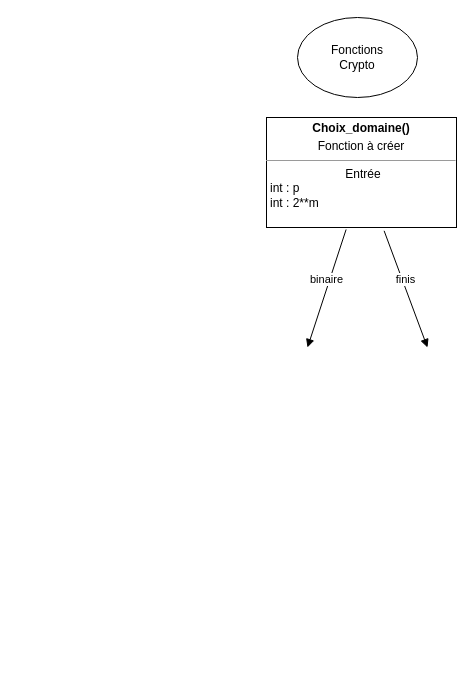
This is page "FctsCrypto" (2 of 3) of Untitled Diagram.drawio from 0xtter/ExplorateurElliptique, a draw.io file, before an edit. Source tidied: cells renumbered, new cells numbered last; positions are measured from the earlier drawing's top-left corner, leaving out a move shared by most shapes. Both pictures are drawn from the tidied source at 100%, with x=0, y=0 at pixel (266, 17).
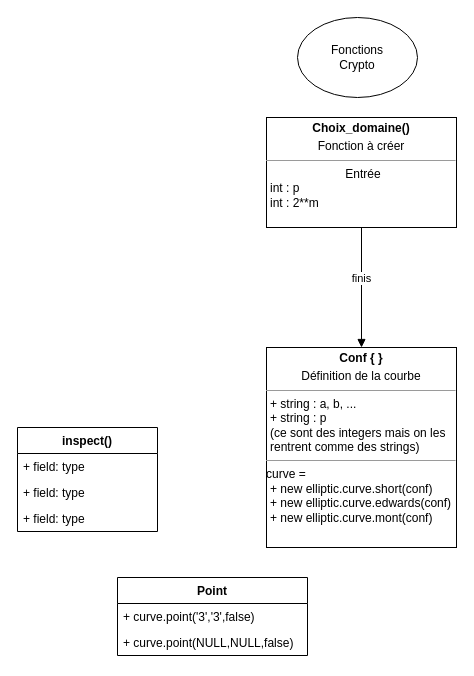
After the change.

Change to the diagram source:
```diff
@@
 <mxGraphModel>
   <root>
     <mxCell id="0" />
     <mxCell id="1" parent="0" />
     <mxCell id="2" value="Fonctions Crypto" style="text;html=1;strokeColor=none;fillColor=none;align=center;verticalAlign=middle;whiteSpace=wrap;rounded=0;" parent="1" vertex="1">
       <mxGeometry x="61" y="25" width="60" height="30" as="geometry" />
     </mxCell>
     <mxCell id="3" style="ellipse;whiteSpace=wrap;html=1;fillColor=none;" parent="1" vertex="1">
       <mxGeometry x="31" width="120" height="80" as="geometry" />
     </mxCell>
     <mxCell id="4" value="&lt;p style=&quot;margin: 0px ; margin-top: 4px ; text-align: center&quot;&gt;&lt;b&gt;Choix_domaine()&lt;/b&gt;&lt;/p&gt;&lt;p style=&quot;margin: 0px ; margin-top: 4px ; text-align: center&quot;&gt;Fonction à créer&lt;/p&gt;&lt;hr size=&quot;1&quot;&gt;&lt;p style=&quot;text-align: center ; margin: 0px 0px 0px 4px&quot;&gt;Entrée&lt;/p&gt;&lt;p style=&quot;margin: 0px ; margin-left: 4px&quot;&gt;int : p&lt;/p&gt;&lt;p style=&quot;margin: 0px ; margin-left: 4px&quot;&gt;int : 2**m&lt;/p&gt;&lt;p style=&quot;margin: 0px ; margin-left: 4px&quot;&gt;&lt;br&gt;&lt;/p&gt;&lt;hr size=&quot;1&quot;&gt;&lt;p style=&quot;margin: 0px ; margin-left: 4px&quot;&gt;+ Sortie : Domaines fini ou binaire&lt;/p&gt;" style="verticalAlign=top;align=left;overflow=fill;fontSize=12;fontFamily=Helvetica;html=1;" parent="1" vertex="1">
       <mxGeometry y="100" width="190" height="110" as="geometry" />
     </mxCell>
-    <mxCell id="5" value="binaire" style="html=1;verticalAlign=bottom;endArrow=block;rounded=0;exitX=0.419;exitY=1.018;exitDx=0;exitDy=0;exitPerimeter=0;" parent="1" edge="1" source="4">
-      <mxGeometry relative="1" as="geometry">
-        <mxPoint x="41" y="330" as="targetPoint" />
-      </mxGeometry>
-    </mxCell>
-    <mxCell id="6" value="finis" style="html=1;verticalAlign=bottom;endArrow=block;rounded=0;exitX=0.619;exitY=1.03;exitDx=0;exitDy=0;exitPerimeter=0;" parent="1" edge="1" source="4">
+    <mxCell id="6" value="finis" style="html=1;verticalAlign=bottom;endArrow=block;rounded=0;exitX=0.5;exitY=1;exitDx=0;exitDy=0;" parent="1" edge="1" source="4">
       <mxGeometry relative="1" as="geometry">
-        <mxPoint x="161" y="330" as="targetPoint" />
+        <mxPoint x="95" y="330" as="targetPoint" />
       </mxGeometry>
     </mxCell>
+    <mxCell id="7" value="&lt;p style=&quot;margin: 0px ; margin-top: 4px ; text-align: center&quot;&gt;&lt;b&gt;Conf { }&lt;/b&gt;&lt;/p&gt;&lt;p style=&quot;margin: 0px ; margin-top: 4px ; text-align: center&quot;&gt;Définition de la courbe&lt;/p&gt;&lt;hr size=&quot;1&quot;&gt;&lt;p style=&quot;margin: 0px 0px 0px 4px&quot;&gt;&lt;span&gt;+ string : a,&amp;nbsp;&lt;/span&gt;&lt;span style=&quot;text-align: left&quot;&gt;b, ...&lt;/span&gt;&lt;br&gt;&lt;/p&gt;&lt;p style=&quot;margin: 0px ; margin-left: 4px&quot;&gt;&lt;span&gt;+ string : p&lt;/span&gt;&lt;/p&gt;&lt;p style=&quot;margin: 0px ; margin-left: 4px&quot;&gt;(ce sont des integers mais on les&lt;/p&gt;&lt;p style=&quot;margin: 0px ; margin-left: 4px&quot;&gt;rentrent comme des strings)&lt;br&gt;&lt;/p&gt;&lt;hr size=&quot;1&quot;&gt;curve =&amp;nbsp;&lt;br&gt;&lt;p style=&quot;margin: 0px ; margin-left: 4px&quot;&gt;+ new elliptic.curve.short(conf)&lt;br&gt;&lt;/p&gt;&lt;p style=&quot;margin: 0px ; margin-left: 4px&quot;&gt;+ new elliptic.curve.edwards(conf)&lt;br&gt;&lt;/p&gt;&lt;p style=&quot;margin: 0px ; margin-left: 4px&quot;&gt;+ new elliptic.curve.mont(conf)&lt;br&gt;&lt;/p&gt;" style="verticalAlign=top;align=left;overflow=fill;fontSize=12;fontFamily=Helvetica;html=1;" parent="1" vertex="1">
+      <mxGeometry y="330" width="190" height="200" as="geometry" />
+    </mxCell>
+    <mxCell id="8" value="Point" style="swimlane;fontStyle=1;horizontal=1;startSize=26;fillColor=none;" parent="1" vertex="1">
+      <mxGeometry x="-149" y="560" width="190" height="78" as="geometry" />
+    </mxCell>
+    <mxCell id="9" value="+ curve.point('3','3',false)" style="text;strokeColor=none;fillColor=none;align=left;verticalAlign=top;spacingLeft=4;spacingRight=4;overflow=hidden;" parent="8" vertex="1">
+      <mxGeometry y="26" width="190" height="26" as="geometry" />
+    </mxCell>
+    <mxCell id="10" value="+ curve.point(NULL,NULL,false)" style="text;strokeColor=none;fillColor=none;align=left;verticalAlign=top;spacingLeft=4;spacingRight=4;overflow=hidden;" parent="8" vertex="1">
+      <mxGeometry y="52" width="190" height="26" as="geometry" />
+    </mxCell>
+    <mxCell id="11" value="inspect()" style="swimlane;fontStyle=1;horizontal=1;startSize=26;fillColor=none;" parent="1" vertex="1">
+      <mxGeometry x="-249" y="410" width="140" height="104" as="geometry" />
+    </mxCell>
+    <mxCell id="12" value="+ field: type" style="text;strokeColor=none;fillColor=none;align=left;verticalAlign=top;spacingLeft=4;spacingRight=4;overflow=hidden;" parent="11" vertex="1">
+      <mxGeometry y="26" width="140" height="26" as="geometry" />
+    </mxCell>
+    <mxCell id="13" value="+ field: type" style="text;strokeColor=none;fillColor=none;align=left;verticalAlign=top;spacingLeft=4;spacingRight=4;overflow=hidden;" parent="11" vertex="1">
+      <mxGeometry y="52" width="140" height="26" as="geometry" />
+    </mxCell>
+    <mxCell id="14" value="+ field: type" style="text;strokeColor=none;fillColor=none;align=left;verticalAlign=top;spacingLeft=4;spacingRight=4;overflow=hidden;" parent="11" vertex="1">
+      <mxGeometry y="78" width="140" height="26" as="geometry" />
+    </mxCell>
   </root>
 </mxGraphModel>
```
